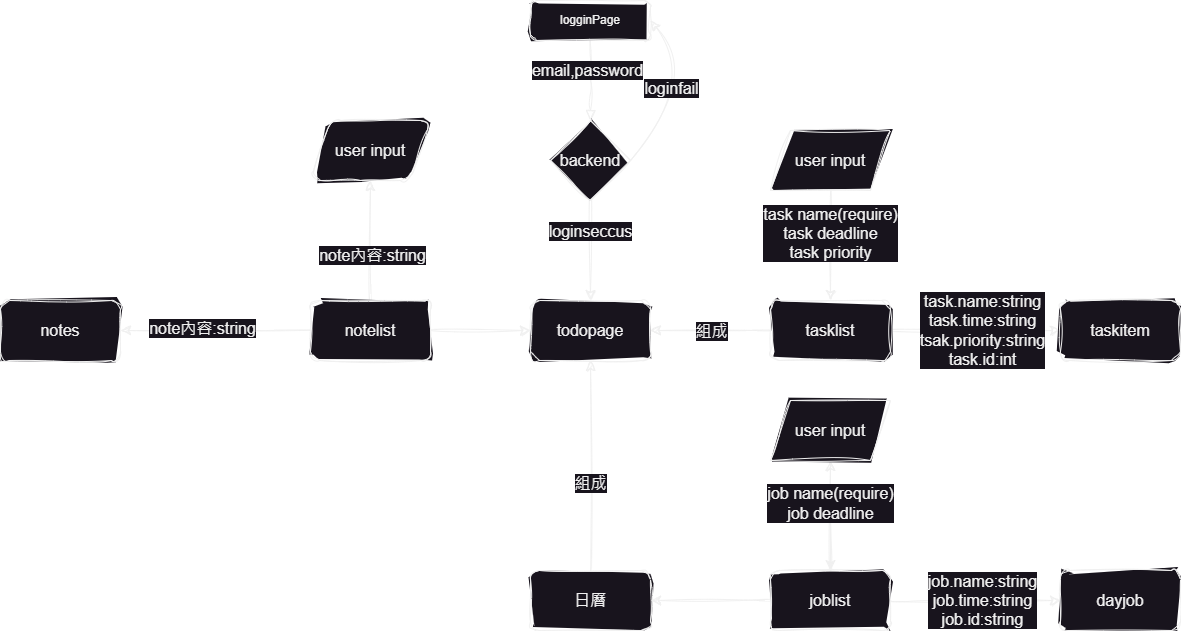
The draw.io diagram vueToDo2023.png in wuharry/vue_test_todo, before a commit. Source tidied: cells renumbered, new cells last; positions are measured from the earlier drawing's top-left corner, leaving out a move shared by most shapes.
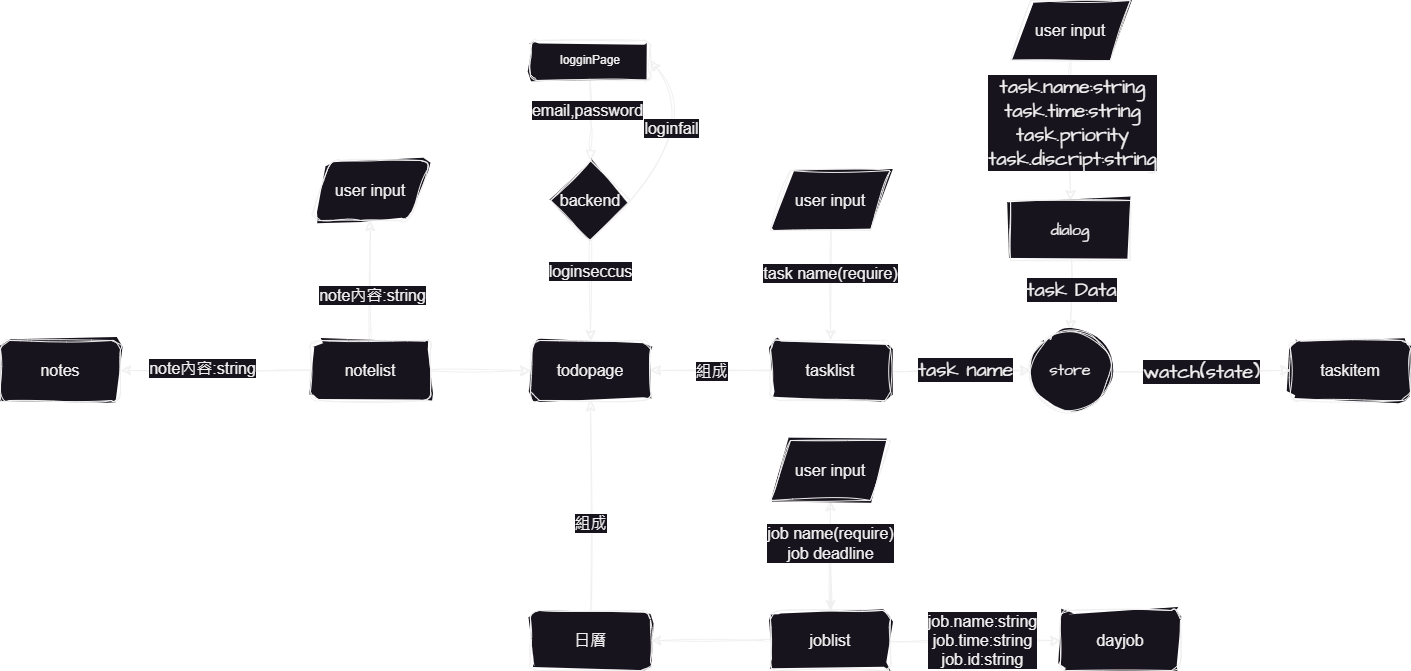
Later version of the same file.

Commit message:
doc:更新資料視圖(加了store後)

The edit, as a diff of the source:
```diff
@@ -37,28 +37,28 @@
     <mxCell id="10" value="backend" style="rhombus;whiteSpace=wrap;html=1;fontSize=16;sketch=1;curveFitting=1;jiggle=2;" parent="1" vertex="1">
       <mxGeometry x="550" y="120" width="80" height="80" as="geometry" />
     </mxCell>
-    <mxCell id="11" style="edgeStyle=none;curved=1;rounded=0;jettySize=auto;html=1;fontSize=12;startSize=8;endSize=8;sketch=1;curveFitting=1;jiggle=2;" parent="1" edge="1" source="15" target="16">
-      <mxGeometry relative="1" as="geometry" />
-    </mxCell>
-    <mxCell id="12" value="task.name:string&lt;br&gt;task.time:string&lt;br&gt;tsak.priority:string&lt;br&gt;task.id:int" style="edgeLabel;html=1;align=center;verticalAlign=middle;fontSize=16;" parent="11" vertex="1">
-      <mxGeometry x="0.07" y="1" relative="1" as="geometry" />
-    </mxCell>
     <mxCell id="13" style="edgeStyle=none;curved=1;rounded=0;jettySize=auto;html=1;fontSize=12;startSize=8;endSize=8;sketch=1;curveFitting=1;jiggle=2;" parent="1" edge="1" source="15" target="9">
       <mxGeometry relative="1" as="geometry" />
     </mxCell>
     <mxCell id="14" value="組成" style="edgeLabel;html=1;align=center;verticalAlign=middle;fontSize=16;" parent="13" vertex="1">
       <mxGeometry x="0.01" relative="1" as="geometry" />
     </mxCell>
+    <mxCell id="40" style="edgeStyle=none;curved=1;rounded=0;sketch=1;hachureGap=4;jiggle=2;curveFitting=1;jettySize=auto;html=1;fontFamily=Architects Daughter;fontSource=https%3A%2F%2Ffonts.googleapis.com%2Fcss%3Ffamily%3DArchitects%2BDaughter;fontSize=16;startSize=8;endSize=8;" parent="1" edge="1" source="15" target="50">
+      <mxGeometry relative="1" as="geometry" />
+    </mxCell>
+    <mxCell id="41" value="task name" style="edgeLabel;html=1;align=center;verticalAlign=middle;fontSize=20;fontFamily=Architects Daughter;" parent="40" vertex="1">
+      <mxGeometry x="0.05" y="2" relative="1" as="geometry" />
+    </mxCell>
     <mxCell id="15" value="tasklist" style="whiteSpace=wrap;html=1;fontSize=16;rounded=1;sketch=1;curveFitting=1;jiggle=2;" parent="1" vertex="1">
       <mxGeometry x="770" y="300" width="120" height="60" as="geometry" />
     </mxCell>
     <mxCell id="16" value="taskitem" style="whiteSpace=wrap;html=1;fontSize=16;rounded=1;sketch=1;curveFitting=1;jiggle=2;" parent="1" vertex="1">
-      <mxGeometry x="1060" y="300" width="120" height="60" as="geometry" />
+      <mxGeometry x="1290" y="300" width="120" height="60" as="geometry" />
     </mxCell>
     <mxCell id="17" style="edgeStyle=none;curved=1;rounded=0;jettySize=auto;html=1;fontSize=12;startSize=8;endSize=8;sketch=1;curveFitting=1;jiggle=2;" parent="1" edge="1" source="19" target="15">
       <mxGeometry relative="1" as="geometry" />
     </mxCell>
-    <mxCell id="18" value="task name(require)&lt;br&gt;task deadline&lt;br&gt;task&amp;nbsp;priority" style="edgeLabel;html=1;align=center;verticalAlign=middle;fontSize=16;" parent="17" vertex="1">
+    <mxCell id="18" value="task name(require)" style="edgeLabel;html=1;align=center;verticalAlign=middle;fontSize=16;" parent="17" vertex="1">
       <mxGeometry x="-0.23" y="-1" relative="1" as="geometry" />
     </mxCell>
     <mxCell id="19" value="user input" style="shape=parallelogram;perimeter=parallelogramPerimeter;whiteSpace=wrap;html=1;fixedSize=1;fontSize=16;sketch=1;curveFitting=1;jiggle=2;" parent="1" vertex="1">
@@ -126,5 +126,34 @@
     <mxCell id="39" value="user input" style="shape=parallelogram;perimeter=parallelogramPerimeter;whiteSpace=wrap;html=1;fixedSize=1;fontSize=16;rounded=1;sketch=1;curveFitting=1;jiggle=2;" parent="1" vertex="1">
       <mxGeometry x="310" y="120" width="120" height="60" as="geometry" />
     </mxCell>
+    <mxCell id="42" style="edgeStyle=none;curved=1;rounded=0;sketch=1;hachureGap=4;jiggle=2;curveFitting=1;jettySize=auto;html=1;fontFamily=Architects Daughter;fontSource=https%3A%2F%2Ffonts.googleapis.com%2Fcss%3Ffamily%3DArchitects%2BDaughter;fontSize=16;startSize=8;endSize=8;" parent="1" edge="1" source="44" target="47">
+      <mxGeometry relative="1" as="geometry" />
+    </mxCell>
+    <mxCell id="43" value="task.name:string&lt;br&gt;task.time:string&lt;br&gt;task.priority&lt;br&gt;task.discript:string" style="edgeLabel;html=1;align=center;verticalAlign=middle;fontSize=20;fontFamily=Architects Daughter;" parent="42" vertex="1">
+      <mxGeometry x="-0.14" y="1" relative="1" as="geometry" />
+    </mxCell>
+    <mxCell id="44" value="user input" style="shape=parallelogram;perimeter=parallelogramPerimeter;whiteSpace=wrap;html=1;fixedSize=1;fontSize=16;sketch=1;curveFitting=1;jiggle=2;" parent="1" vertex="1">
+      <mxGeometry x="1010" y="-40" width="120" height="60" as="geometry" />
+    </mxCell>
+    <mxCell id="45" style="edgeStyle=none;curved=1;rounded=0;sketch=1;hachureGap=4;jiggle=2;curveFitting=1;jettySize=auto;html=1;fontFamily=Architects Daughter;fontSource=https%3A%2F%2Ffonts.googleapis.com%2Fcss%3Ffamily%3DArchitects%2BDaughter;fontSize=16;startSize=8;endSize=8;" parent="1" edge="1" source="47" target="50">
+      <mxGeometry relative="1" as="geometry" />
+    </mxCell>
+    <mxCell id="46" value="task Data" style="edgeLabel;html=1;align=center;verticalAlign=middle;fontSize=20;fontFamily=Architects Daughter;" parent="45" vertex="1">
+      <mxGeometry x="-0.21" relative="1" as="geometry" />
+    </mxCell>
+    <mxCell id="47" value="dialog" style="whiteSpace=wrap;html=1;fontSize=16;sketch=1;curveFitting=1;jiggle=2;hachureGap=4;fontFamily=Architects Daughter;fontSource=https%3A%2F%2Ffonts.googleapis.com%2Fcss%3Ffamily%3DArchitects%2BDaughter;" parent="1" vertex="1">
+      <mxGeometry x="1010" y="160" width="120" height="60" as="geometry" />
+    </mxCell>
+    <mxCell id="48" style="edgeStyle=none;curved=1;rounded=0;sketch=1;hachureGap=4;jiggle=2;curveFitting=1;jettySize=auto;html=1;fontFamily=Architects Daughter;fontSource=https%3A%2F%2Ffonts.googleapis.com%2Fcss%3Ffamily%3DArchitects%2BDaughter;fontSize=16;startSize=8;endSize=8;" parent="1" edge="1" source="50" target="16">
+      <mxGeometry relative="1" as="geometry" />
+    </mxCell>
+    <mxCell id="49" value="watch(state)" style="edgeLabel;html=1;align=center;verticalAlign=middle;fontSize=20;fontFamily=Architects Daughter;" parent="48" vertex="1">
+      <mxGeometry x="-0.29" relative="1" as="geometry">
+        <mxPoint x="26" as="offset" />
+      </mxGeometry>
+    </mxCell>
+    <mxCell id="50" value="store" style="ellipse;whiteSpace=wrap;html=1;fontSize=16;rounded=1;sketch=1;curveFitting=1;jiggle=2;hachureGap=4;fontFamily=Architects Daughter;fontSource=https%3A%2F%2Ffonts.googleapis.com%2Fcss%3Ffamily%3DArchitects%2BDaughter;" parent="1" vertex="1">
+      <mxGeometry x="1030" y="290" width="80" height="80" as="geometry" />
+    </mxCell>
   </root>
 </mxGraphModel>
```
